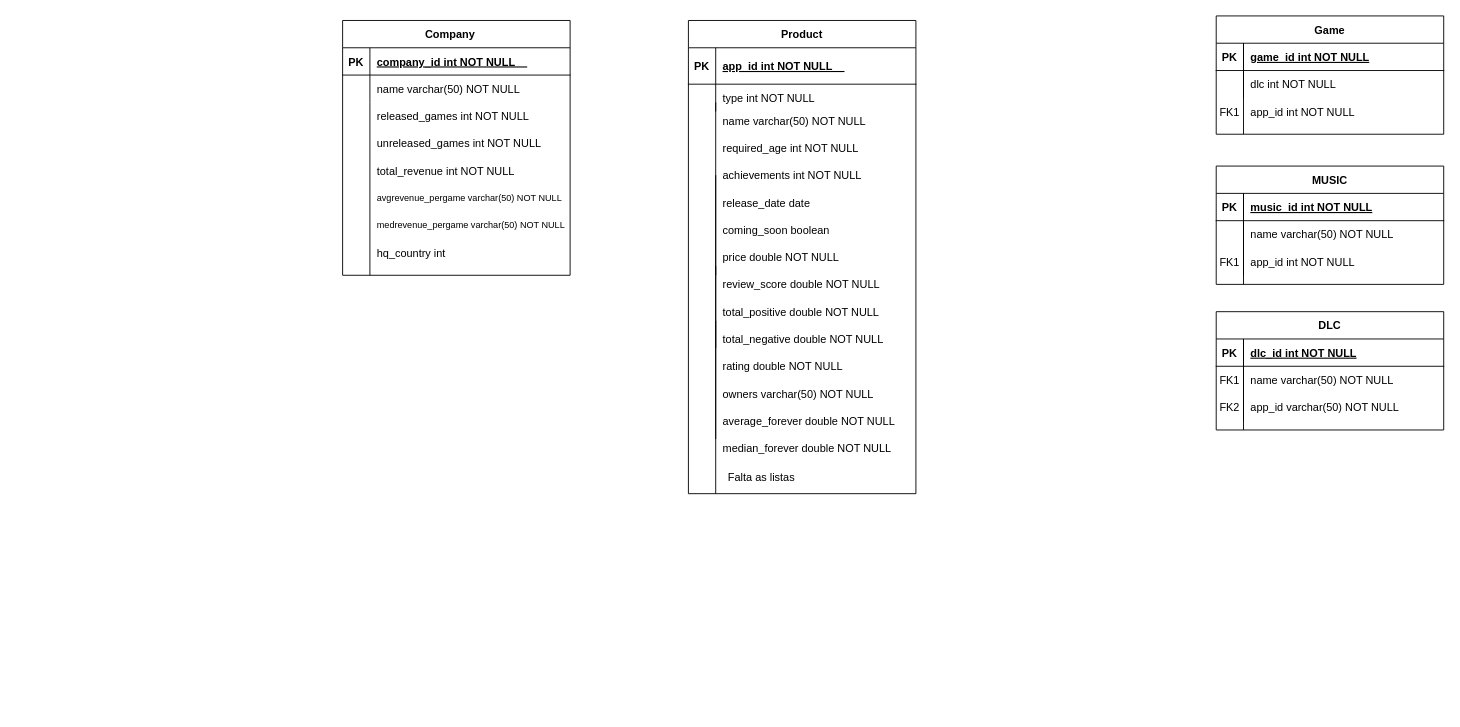
Above: Untitled Diagram.drawio in Cyber-Dragon-18/BD (draw.io), before the change. Source tidied: cells renumbered, new cells numbered last; positions are measured from the earlier drawing's top-left corner, leaving out a move shared by most shapes. Both pictures are drawn from the tidied source at 91%, with x=0, y=0 at pixel (342, 15).
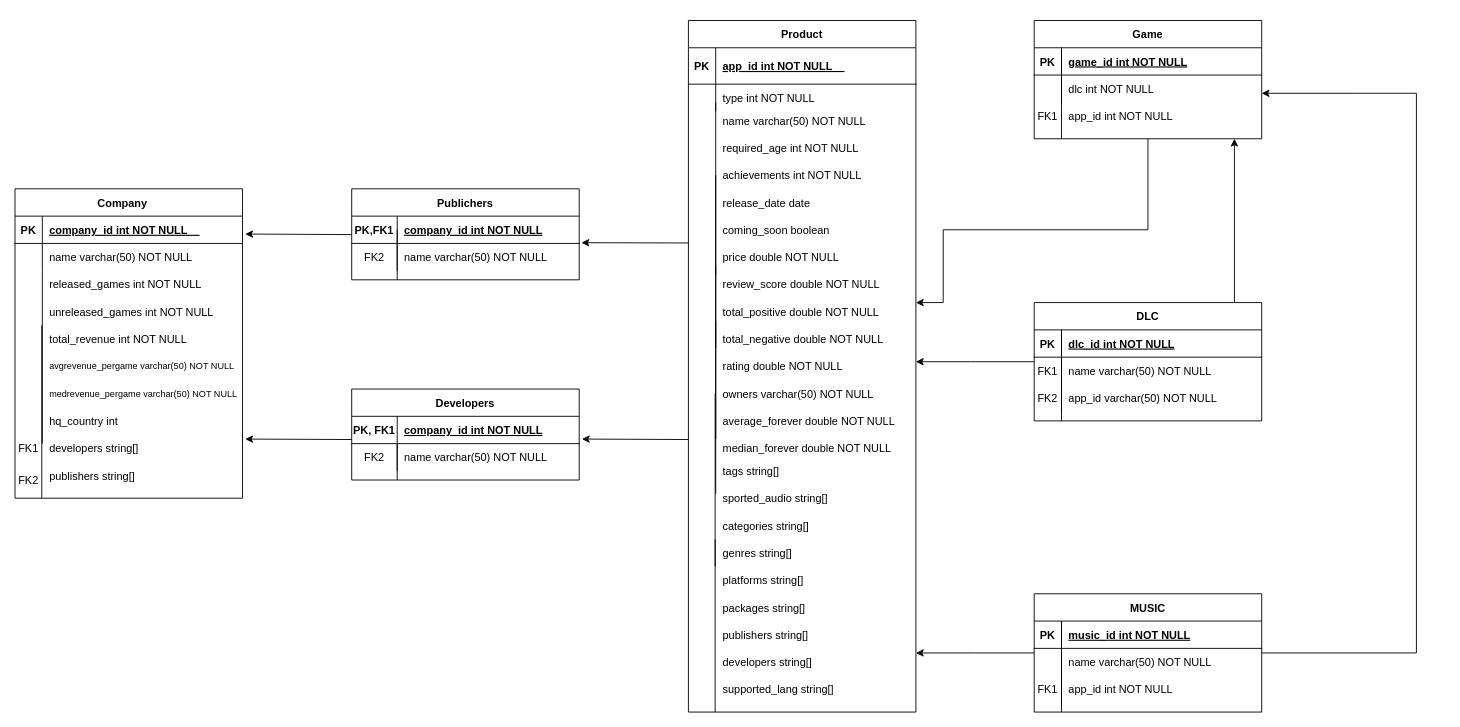
After the change.

Unchanged cells that the change refers to:
```xml
<mxCell id="6" style="shape=partialRectangle;fillColor=none;points=[[0,0.5],[1,0.5]];portConstraint=eastwest;top=0;left=0;right=0;bottom=0;" parent="2" vertex="1">
  <mxGeometry y="60" width="250" height="30" as="geometry" />
</mxCell>
```

The edit, as a diff of the source:
```diff
@@
     <mxCell id="2" value="Game" style="shape=table;startSize=30;childLayout=tableLayout;rowLines=0;fontStyle=1;align=center;" parent="1" vertex="1">
-      <mxGeometry x="960" width="250" height="130" as="geometry" />
+      <mxGeometry x="760" y="5" width="250" height="130" as="geometry" />
     </mxCell>
@@
+    <mxCell id="74" style="edgeStyle=orthogonalEdgeStyle;rounded=0;jettySize=auto;html=1;" parent="1" edge="1" source="9">
+      <mxGeometry relative="1" as="geometry">
+        <mxPoint x="630" y="380" as="targetPoint" />
+      </mxGeometry>
+    </mxCell>
+    <mxCell id="75" style="edgeStyle=orthogonalEdgeStyle;rounded=0;jettySize=auto;html=1;" parent="1" edge="1" source="9">
+      <mxGeometry relative="1" as="geometry">
+        <mxPoint x="980" y="135" as="targetPoint" />
+        <Array as="points">
+          <mxPoint x="980" y="265" />
+          <mxPoint x="980" y="265" />
+        </Array>
+      </mxGeometry>
+    </mxCell>
     <mxCell id="9" value="DLC" style="shape=table;startSize=30;childLayout=tableLayout;rowLines=0;fontStyle=1;align=center;" parent="1" vertex="1">
-      <mxGeometry x="960" y="325" width="250" height="130" as="geometry" />
+      <mxGeometry x="760" y="315" width="250" height="130" as="geometry" />
     </mxCell>
@@
     <mxCell id="19" value="Company    " style="shape=table;startSize=30;childLayout=tableLayout;rowLines=0;fontStyle=1;align=center;" parent="1" vertex="1">
-      <mxGeometry y="5" width="250" height="280" as="geometry" />
+      <mxGeometry x="-360" y="190" width="250" height="340" as="geometry" />
     </mxCell>
@@
     <mxCell id="26" style="endArrow=none;html=1;rounded=0;" parent="1" edge="1">
       <mxGeometry relative="1" as="geometry">
-        <mxPoint x="30" y="285" as="sourcePoint" />
-        <mxPoint x="30" y="95" as="targetPoint" />
+        <mxPoint x="-330" y="470" as="sourcePoint" />
+        <mxPoint x="-330" y="280" as="targetPoint" />
       </mxGeometry>
     </mxCell>
     <mxCell id="27" value="released_games int NOT NULL" style="shape=partialRectangle;overflow=hidden;fillColor=none;top=0;left=0;bottom=0;right=0;align=left;spacingLeft=6;" parent="1" vertex="1">
-      <mxGeometry x="30" y="95" width="220" height="30" as="geometry" />
+      <mxGeometry x="-330" y="280" width="220" height="30" as="geometry" />
     </mxCell>
     <mxCell id="28" value="unreleased_games int NOT NULL" style="shape=partialRectangle;overflow=hidden;fillColor=none;top=0;left=0;bottom=0;right=0;align=left;spacingLeft=6;" parent="1" vertex="1">
-      <mxGeometry x="30" y="125" width="220" height="30" as="geometry" />
+      <mxGeometry x="-330" y="310" width="220" height="30" as="geometry" />
     </mxCell>
     <mxCell id="29" value="total_revenue int NOT NULL" style="shape=partialRectangle;overflow=hidden;fillColor=none;top=0;left=0;bottom=0;right=0;align=left;spacingLeft=6;" parent="1" vertex="1">
-      <mxGeometry x="30" y="155" width="220" height="30" as="geometry" />
+      <mxGeometry x="-330" y="340" width="220" height="30" as="geometry" />
     </mxCell>
     <mxCell id="30" value="avgrevenue_pergame varchar(50) NOT NULL" style="shape=partialRectangle;overflow=hidden;fillColor=none;top=0;left=0;bottom=0;right=0;align=left;spacingLeft=6;fontSize=10;" parent="1" vertex="1">
-      <mxGeometry x="30" y="185" width="220" height="30" as="geometry" />
+      <mxGeometry x="-330" y="370" width="220" height="30" as="geometry" />
     </mxCell>
     <mxCell id="31" value="medrevenue_pergame varchar(50) NOT NULL" style="shape=partialRectangle;overflow=hidden;fillColor=none;top=0;left=0;bottom=0;right=0;align=left;spacingLeft=6;fontSize=10;" parent="1" vertex="1">
-      <mxGeometry x="30" y="215" width="220" height="30" as="geometry" />
+      <mxGeometry x="-330" y="400" width="220" height="30" as="geometry" />
     </mxCell>
     <mxCell id="32" value="hq_country int " style="shape=partialRectangle;overflow=hidden;fillColor=none;top=0;left=0;bottom=0;right=0;align=left;spacingLeft=6;" parent="1" vertex="1">
-      <mxGeometry x="30" y="245" width="220" height="30" as="geometry" />
+      <mxGeometry x="-330" y="430" width="220" height="30" as="geometry" />
     </mxCell>
+    <mxCell id="76" style="edgeStyle=orthogonalEdgeStyle;rounded=0;jettySize=auto;html=1;" parent="1" edge="1" source="33">
+      <mxGeometry relative="1" as="geometry">
+        <mxPoint x="630" y="700" as="targetPoint" />
+      </mxGeometry>
+    </mxCell>
+    <mxCell id="77" style="edgeStyle=orthogonalEdgeStyle;rounded=0;jettySize=auto;html=1;entryX=1;entryY=0.667;entryDx=0;entryDy=0;entryPerimeter=0;" parent="1" edge="1" source="33" target="6">
+      <mxGeometry relative="1" as="geometry">
+        <Array as="points">
+          <mxPoint x="1180" y="700" />
+          <mxPoint x="1180" y="85" />
+        </Array>
+      </mxGeometry>
+    </mxCell>
     <mxCell id="33" value="MUSIC" style="shape=table;startSize=30;childLayout=tableLayout;rowLines=0;fontStyle=1;align=center;" parent="1" vertex="1">
-      <mxGeometry x="960" y="165" width="250" height="130" as="geometry" />
+      <mxGeometry x="760" y="635" width="250" height="130" as="geometry" />
     </mxCell>
@@
+    <mxCell id="78" style="edgeStyle=orthogonalEdgeStyle;rounded=0;orthogonalLoop=1;jettySize=auto;html=1;" parent="1" edge="1">
+      <mxGeometry relative="1" as="geometry">
+        <mxPoint x="885" y="135" as="sourcePoint" />
+        <mxPoint x="630" y="315" as="targetPoint" />
+        <Array as="points">
+          <mxPoint x="885" y="235" />
+          <mxPoint x="660" y="235" />
+          <mxPoint x="660" y="315" />
+        </Array>
+      </mxGeometry>
+    </mxCell>
     <mxCell id="43" style="shape=partialRectangle;fillColor=none;top=0;left=0;right=0;bottom=0;" parent="1" vertex="1">
-      <mxGeometry x="960" y="90" width="250" height="30" as="geometry" />
+      <mxGeometry x="760" y="95" width="250" height="30" as="geometry" />
     </mxCell>
@@
     <mxCell id="46" style="endArrow=none;html=1;rounded=0;" parent="1" edge="1">
       <mxGeometry relative="1" as="geometry">
-        <mxPoint x="990" y="130" as="sourcePoint" />
-        <mxPoint x="990" y="30" as="targetPoint" />
+        <mxPoint x="790" y="135" as="sourcePoint" />
+        <mxPoint x="790" y="35" as="targetPoint" />
       </mxGeometry>
     </mxCell>
     <mxCell id="47" value="Product" style="shape=table;startSize=30;childLayout=tableLayout;rowLines=0;fontStyle=1;align=center;" parent="1" vertex="1">
-      <mxGeometry x="380" y="5" width="250" height="520" as="geometry" />
+      <mxGeometry x="380" y="5" width="250" height="760" as="geometry" />
     </mxCell>
@@
     <mxCell id="55" style="endArrow=none;html=1;rounded=0;" parent="1" edge="1">
       <mxGeometry relative="1" as="geometry">
-        <mxPoint x="990" y="295" as="sourcePoint" />
-        <mxPoint x="990" y="195" as="targetPoint" />
+        <mxPoint x="790" y="765" as="sourcePoint" />
+        <mxPoint x="790" y="665" as="targetPoint" />
       </mxGeometry>
     </mxCell>
     <mxCell id="56" style="endArrow=none;html=1;rounded=0;" parent="1" edge="1">
       <mxGeometry relative="1" as="geometry">
-        <mxPoint x="990" y="455" as="sourcePoint" />
-        <mxPoint x="990" y="355" as="targetPoint" />
+        <mxPoint x="790" y="445" as="sourcePoint" />
+        <mxPoint x="790" y="345" as="targetPoint" />
       </mxGeometry>
     </mxCell>
@@
-    <mxCell id="73" value="Falta as listas" style="text;html=1;align=center;verticalAlign=middle;strokeColor=none;fillColor=none;" parent="1" vertex="1">
-      <mxGeometry x="410" y="493" width="100" height="30" as="geometry" />
-    </mxCell>
+    <mxCell id="79" value="tags string[]" style="shape=partialRectangle;overflow=hidden;fillColor=none;top=0;left=0;bottom=0;right=0;align=left;spacingLeft=6;" parent="1" vertex="1">
+      <mxGeometry x="410" y="485" width="220" height="30" as="geometry" />
+    </mxCell>
+    <mxCell id="80" style="endArrow=none;html=1;rounded=0;" parent="1" edge="1">
+      <mxGeometry relative="1" as="geometry">
+        <mxPoint x="409.4" y="605" as="sourcePoint" />
+        <mxPoint x="409.4" y="415" as="targetPoint" />
+      </mxGeometry>
+    </mxCell>
+    <mxCell id="81" value="sported_audio string[]" style="shape=partialRectangle;overflow=hidden;fillColor=none;top=0;left=0;bottom=0;right=0;align=left;spacingLeft=6;" parent="1" vertex="1">
+      <mxGeometry x="410" y="515" width="220" height="30" as="geometry" />
+    </mxCell>
+    <mxCell id="82" value="categories string[]" style="shape=partialRectangle;overflow=hidden;fillColor=none;top=0;left=0;bottom=0;right=0;align=left;spacingLeft=6;" parent="1" vertex="1">
+      <mxGeometry x="410" y="545" width="220" height="30" as="geometry" />
+    </mxCell>
+    <mxCell id="83" value="genres string[]" style="shape=partialRectangle;overflow=hidden;fillColor=none;top=0;left=0;bottom=0;right=0;align=left;spacingLeft=6;" parent="1" vertex="1">
+      <mxGeometry x="410" y="575" width="220" height="30" as="geometry" />
+    </mxCell>
+    <mxCell id="84" style="endArrow=none;html=1;rounded=0;" parent="1" edge="1">
+      <mxGeometry relative="1" as="geometry">
+        <mxPoint x="409.4" y="765" as="sourcePoint" />
+        <mxPoint x="409.4" y="575" as="targetPoint" />
+      </mxGeometry>
+    </mxCell>
+    <mxCell id="85" value="platforms string[]" style="shape=partialRectangle;overflow=hidden;fillColor=none;top=0;left=0;bottom=0;right=0;align=left;spacingLeft=6;" parent="1" vertex="1">
+      <mxGeometry x="410" y="605" width="220" height="30" as="geometry" />
+    </mxCell>
+    <mxCell id="86" value="packages string[]" style="shape=partialRectangle;overflow=hidden;fillColor=none;top=0;left=0;bottom=0;right=0;align=left;spacingLeft=6;" parent="1" vertex="1">
+      <mxGeometry x="410" y="635" width="220" height="30" as="geometry" />
+    </mxCell>
+    <mxCell id="87" value="publishers string[]" style="shape=partialRectangle;overflow=hidden;fillColor=none;top=0;left=0;bottom=0;right=0;align=left;spacingLeft=6;" parent="1" vertex="1">
+      <mxGeometry x="410" y="665" width="220" height="30" as="geometry" />
+    </mxCell>
+    <mxCell id="88" value="developers string[]" style="shape=partialRectangle;overflow=hidden;fillColor=none;top=0;left=0;bottom=0;right=0;align=left;spacingLeft=6;" parent="1" vertex="1">
+      <mxGeometry x="410" y="695" width="220" height="30" as="geometry" />
+    </mxCell>
+    <mxCell id="89" value="supported_lang string[]" style="shape=partialRectangle;overflow=hidden;fillColor=none;top=0;left=0;bottom=0;right=0;align=left;spacingLeft=6;" parent="1" vertex="1">
+      <mxGeometry x="410" y="725" width="220" height="30" as="geometry" />
+    </mxCell>
+    <mxCell id="90" value="developers string[]" style="shape=partialRectangle;overflow=hidden;fillColor=none;top=0;left=0;bottom=0;right=0;align=left;spacingLeft=6;" parent="1" vertex="1">
+      <mxGeometry x="-330" y="460" width="220" height="30" as="geometry" />
+    </mxCell>
+    <mxCell id="91" value="publishers string[]" style="shape=partialRectangle;overflow=hidden;fillColor=none;top=0;left=0;bottom=0;right=0;align=left;spacingLeft=6;" parent="1" vertex="1">
+      <mxGeometry x="-330" y="490" width="220" height="30" as="geometry" />
+    </mxCell>
+    <mxCell id="92" style="endArrow=none;html=1;rounded=0;" parent="1" edge="1">
+      <mxGeometry relative="1" as="geometry">
+        <mxPoint x="-330.6" y="530" as="sourcePoint" />
+        <mxPoint x="-330.6" y="340" as="targetPoint" />
+      </mxGeometry>
+    </mxCell>
+    <mxCell id="93" value="FK1" style="shape=partialRectangle;overflow=hidden;fillColor=none;top=0;left=0;bottom=0;right=0;" parent="1" vertex="1">
+      <mxGeometry x="-360" y="460" width="30" height="30" as="geometry" />
+    </mxCell>
+    <mxCell id="94" value="FK2" style="shape=partialRectangle;overflow=hidden;fillColor=none;top=0;left=0;bottom=0;right=0;" parent="1" vertex="1">
+      <mxGeometry x="-360" y="495" width="30" height="30" as="geometry" />
+    </mxCell>
+    <mxCell id="95" value="Publichers" style="shape=table;startSize=30;childLayout=tableLayout;rowLines=0;fontStyle=1;align=center;" parent="1" vertex="1">
+      <mxGeometry x="10" y="190" width="250" height="100" as="geometry" />
+    </mxCell>
+    <mxCell id="96" style="shape=partialRectangle;fillColor=none;points=[[0,0.5],[1,0.5]];portConstraint=eastwest;top=0;left=0;right=0;bottom=1;" parent="95" vertex="1">
+      <mxGeometry y="30" width="250" height="30" as="geometry" />
+    </mxCell>
+    <mxCell id="97" value="PK,FK1" style="shape=partialRectangle;overflow=hidden;fillColor=none;top=0;left=0;bottom=0;right=0;fontStyle=1;" parent="96" vertex="1">
+      <mxGeometry width="50" height="30" as="geometry" />
+    </mxCell>
+    <mxCell id="98" value="company_id int NOT NULL" style="shape=partialRectangle;overflow=hidden;fillColor=none;top=0;left=0;bottom=0;right=0;align=left;spacingLeft=6;fontStyle=5;" parent="96" vertex="1">
+      <mxGeometry x="50" width="200" height="30" as="geometry" />
+    </mxCell>
+    <mxCell id="99" style="shape=partialRectangle;fillColor=none;top=0;left=0;right=0;bottom=0;" parent="95" vertex="1">
+      <mxGeometry y="60" width="250" height="30" as="geometry" />
+    </mxCell>
+    <mxCell id="100" value="FK2" style="shape=partialRectangle;overflow=hidden;fillColor=none;top=0;left=0;bottom=0;right=0;" parent="99" vertex="1">
+      <mxGeometry width="50" height="30" as="geometry" />
+    </mxCell>
+    <mxCell id="101" value="name varchar(50) NOT NULL" style="shape=partialRectangle;overflow=hidden;fillColor=none;top=0;left=0;bottom=0;right=0;align=left;spacingLeft=6;" parent="99" vertex="1">
+      <mxGeometry x="50" width="200" height="30" as="geometry" />
+    </mxCell>
+    <mxCell id="102" style="endArrow=none;html=1;rounded=0;" parent="1" edge="1">
+      <mxGeometry relative="1" as="geometry">
+        <mxPoint x="60" y="290" as="sourcePoint" />
+        <mxPoint x="60" y="235" as="targetPoint" />
+      </mxGeometry>
+    </mxCell>
+    <mxCell id="103" value="Developers" style="shape=table;startSize=30;childLayout=tableLayout;rowLines=0;fontStyle=1;align=center;" parent="1" vertex="1">
+      <mxGeometry x="10" y="410" width="250" height="100" as="geometry" />
+    </mxCell>
+    <mxCell id="104" style="shape=partialRectangle;fillColor=none;top=0;left=0;right=0;bottom=1;" parent="103" vertex="1">
+      <mxGeometry y="30" width="250" height="30" as="geometry" />
+    </mxCell>
+    <mxCell id="105" value="PK, FK1" style="shape=partialRectangle;overflow=hidden;fillColor=none;top=0;left=0;bottom=0;right=0;fontStyle=1;" parent="104" vertex="1">
+      <mxGeometry width="50" height="30" as="geometry" />
+    </mxCell>
+    <mxCell id="106" value="company_id int NOT NULL" style="shape=partialRectangle;overflow=hidden;fillColor=none;top=0;left=0;bottom=0;right=0;align=left;spacingLeft=6;fontStyle=5;" parent="104" vertex="1">
+      <mxGeometry x="50" width="200" height="30" as="geometry" />
+    </mxCell>
+    <mxCell id="107" style="shape=partialRectangle;fillColor=none;top=0;left=0;right=0;bottom=0;" parent="103" vertex="1">
+      <mxGeometry y="60" width="250" height="30" as="geometry" />
+    </mxCell>
+    <mxCell id="108" value="FK2" style="shape=partialRectangle;overflow=hidden;fillColor=none;top=0;left=0;bottom=0;right=0;" parent="107" vertex="1">
+      <mxGeometry width="50" height="30" as="geometry" />
+    </mxCell>
+    <mxCell id="109" value="name varchar(50) NOT NULL" style="shape=partialRectangle;overflow=hidden;fillColor=none;top=0;left=0;bottom=0;right=0;align=left;spacingLeft=6;" parent="107" vertex="1">
+      <mxGeometry x="50" width="200" height="30" as="geometry" />
+    </mxCell>
+    <mxCell id="110" style="endArrow=none;html=1;rounded=0;" parent="1" edge="1">
+      <mxGeometry relative="1" as="geometry">
+        <mxPoint x="60" y="510" as="sourcePoint" />
+        <mxPoint x="60" y="470" as="targetPoint" />
+      </mxGeometry>
+    </mxCell>
+    <mxCell id="111" style="endArrow=classic;html=1;rounded=0;entryX=1.01;entryY=0.974;entryDx=0;entryDy=0;entryPerimeter=0;" parent="1" edge="1" target="96">
+      <mxGeometry relative="1" as="geometry">
+        <mxPoint x="380" y="249.5" as="sourcePoint" />
+      </mxGeometry>
+    </mxCell>
+    <mxCell id="112" style="endArrow=classic;html=1;rounded=0;entryX=1.01;entryY=0.974;entryDx=0;entryDy=0;entryPerimeter=0;" parent="1" edge="1">
+      <mxGeometry relative="1" as="geometry">
+        <mxPoint x="380" y="465.5" as="sourcePoint" />
+        <mxPoint x="263" y="465" as="targetPoint" />
+      </mxGeometry>
+    </mxCell>
+    <mxCell id="113" style="endArrow=classic;html=1;rounded=0;entryX=1.01;entryY=0.974;entryDx=0;entryDy=0;entryPerimeter=0;" parent="1" edge="1">
+      <mxGeometry relative="1" as="geometry">
+        <mxPoint x="10" y="240.3" as="sourcePoint" />
+        <mxPoint x="-107" y="239.7" as="targetPoint" />
+      </mxGeometry>
+    </mxCell>
+    <mxCell id="114" style="endArrow=classic;html=1;rounded=0;entryX=1.01;entryY=0.974;entryDx=0;entryDy=0;entryPerimeter=0;" parent="1" edge="1">
+      <mxGeometry relative="1" as="geometry">
+        <mxPoint x="10" y="465.5" as="sourcePoint" />
+        <mxPoint x="-107" y="465" as="targetPoint" />
+      </mxGeometry>
+    </mxCell>
```
